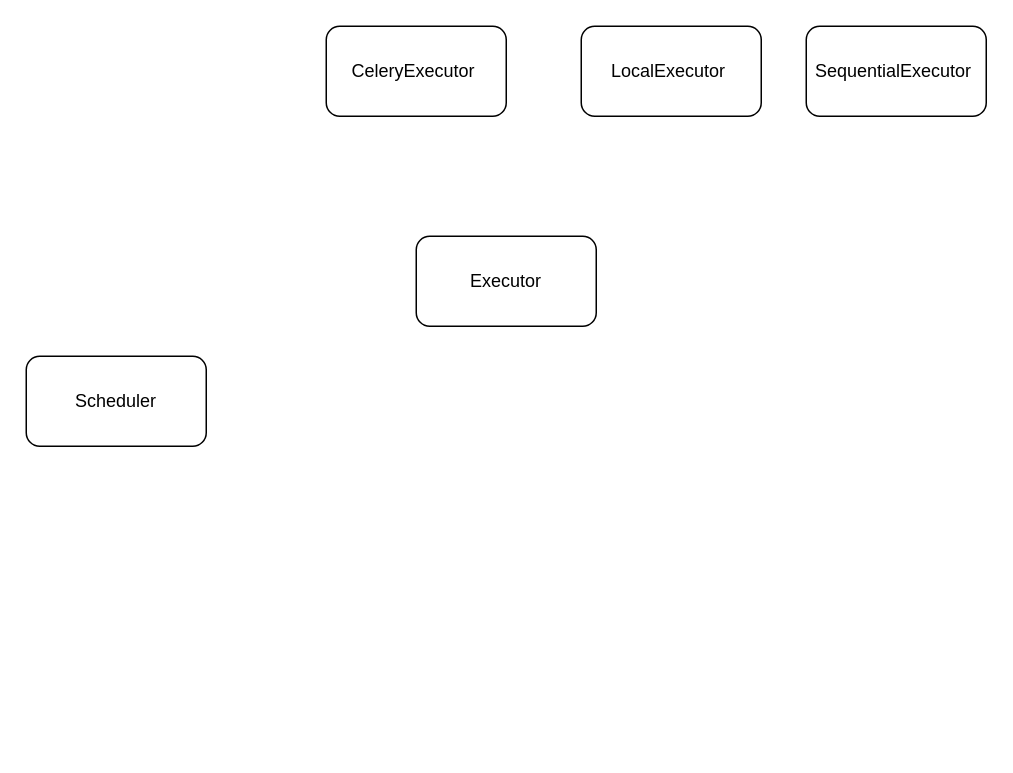
Before: airflow.drawio in cicelprg/drawio, a draw.io diagram. Source tidied: cells renumbered, new cells numbered last; positions are measured from the earlier drawing's top-left corner, leaving out a move shared by most shapes. Both pictures are drawn from the tidied source at 150%, with x=0, y=0 at pixel (26, 26).
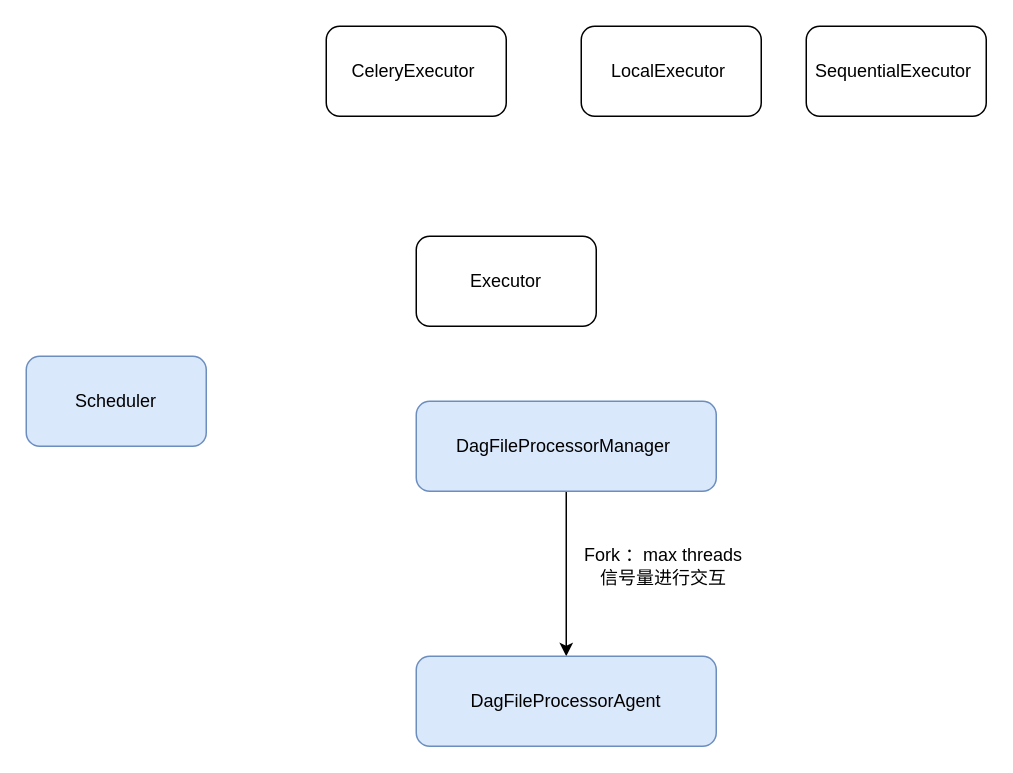
The same diagram, later.

What changed in the source:
```diff
@@
 <mxGraphModel>
   <root>
     <mxCell id="0" />
     <mxCell id="1" parent="0" />
-    <mxCell id="2" value="Scheduler" style="rounded=1;whiteSpace=wrap;html=1;" parent="1" vertex="1">
+    <mxCell id="2" value="Scheduler" style="rounded=1;whiteSpace=wrap;html=1;fillColor=#dae8fc;strokeColor=#6c8ebf;" parent="1" vertex="1">
       <mxGeometry y="220" width="120" height="60" as="geometry" />
     </mxCell>
     <mxCell id="3" value="Executor" style="rounded=1;whiteSpace=wrap;html=1;" parent="1" vertex="1">
       <mxGeometry x="260" y="140" width="120" height="60" as="geometry" />
     </mxCell>
     <mxCell id="4" value="&lt;span&gt;CeleryExecutor&amp;nbsp;&lt;/span&gt;" style="rounded=1;whiteSpace=wrap;html=1;" parent="1" vertex="1">
       <mxGeometry x="200" width="120" height="60" as="geometry" />
     </mxCell>
     <mxCell id="5" value="&lt;span&gt;LocalExecutor&amp;nbsp;&lt;/span&gt;" style="rounded=1;whiteSpace=wrap;html=1;" parent="1" vertex="1">
       <mxGeometry x="370" width="120" height="60" as="geometry" />
     </mxCell>
     <mxCell id="6" value="&lt;span&gt;SequentialExecutor&amp;nbsp;&lt;/span&gt;" style="rounded=1;whiteSpace=wrap;html=1;" parent="1" vertex="1">
       <mxGeometry x="520" width="120" height="60" as="geometry" />
     </mxCell>
+    <mxCell id="7" style="edgeStyle=none;rounded=0;jettySize=auto;html=1;exitX=0.5;exitY=1;exitDx=0;exitDy=0;entryX=0.5;entryY=0;entryDx=0;entryDy=0;" parent="1" edge="1" source="8" target="9">
+      <mxGeometry relative="1" as="geometry" />
+    </mxCell>
+    <mxCell id="8" value="&lt;span&gt;DagFileProcessorManager&amp;nbsp;&lt;/span&gt;" style="rounded=1;whiteSpace=wrap;html=1;fillColor=#dae8fc;strokeColor=#6c8ebf;" parent="1" vertex="1">
+      <mxGeometry x="260" y="250" width="200" height="60" as="geometry" />
+    </mxCell>
+    <mxCell id="9" value="DagFileProcessorAgent" style="rounded=1;whiteSpace=wrap;html=1;fillColor=#dae8fc;strokeColor=#6c8ebf;" parent="1" vertex="1">
+      <mxGeometry x="260" y="420" width="200" height="60" as="geometry" />
+    </mxCell>
+    <mxCell id="10" value="Fork ：max threads&lt;br&gt;信号量进行交互" style="text;html=1;strokeColor=none;fillColor=none;align=center;verticalAlign=middle;whiteSpace=wrap;rounded=0;" parent="1" vertex="1">
+      <mxGeometry x="370" y="340" width="110" height="40" as="geometry" />
+    </mxCell>
   </root>
 </mxGraphModel>
```
